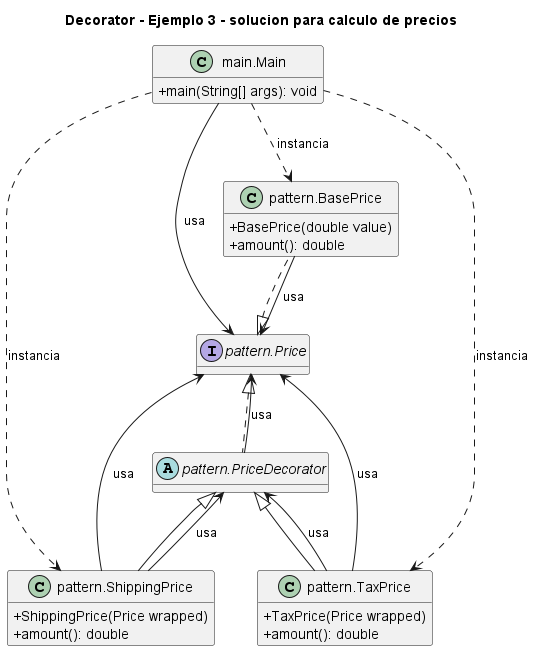
This is 2. Estructurales/Decorator/Ejemplo 3 - solucion para calculo de precios/UML.png from NicoCG32/Patrones-de-Software-y-Programacion-UCN, a PlantUML export, as it was before one commit. Source of this version:
```plantuml
@startuml
title Decorator - Ejemplo 3 - solucion para calculo de precios
skinparam classAttributeIconSize 0
hide empty fields
class "main.Main" as main_Main {
  +main(String[] args): void
}
class "pattern.BasePrice" as pattern_BasePrice {
  +BasePrice(double value)
  +amount(): double
}
interface "pattern.Price" as pattern_Price {
}
abstract class "pattern.PriceDecorator" as pattern_PriceDecorator {
}
class "pattern.ShippingPrice" as pattern_ShippingPrice {
  +ShippingPrice(Price wrapped)
  +amount(): double
}
class "pattern.TaxPrice" as pattern_TaxPrice {
  +TaxPrice(Price wrapped)
  +amount(): double
}
pattern_Price <|.. pattern_BasePrice
pattern_Price <|.. pattern_PriceDecorator
pattern_PriceDecorator <|-- pattern_ShippingPrice
pattern_PriceDecorator <|-- pattern_TaxPrice
main_Main ..> pattern_BasePrice : instancia
main_Main --> pattern_Price : usa
main_Main ..> pattern_ShippingPrice : instancia
main_Main ..> pattern_TaxPrice : instancia
pattern_BasePrice --> pattern_Price : usa
pattern_PriceDecorator --> pattern_Price : usa
pattern_ShippingPrice --> pattern_Price : usa
pattern_ShippingPrice --> pattern_PriceDecorator : usa
pattern_TaxPrice --> pattern_Price : usa
pattern_TaxPrice --> pattern_PriceDecorator : usa
@enduml
```
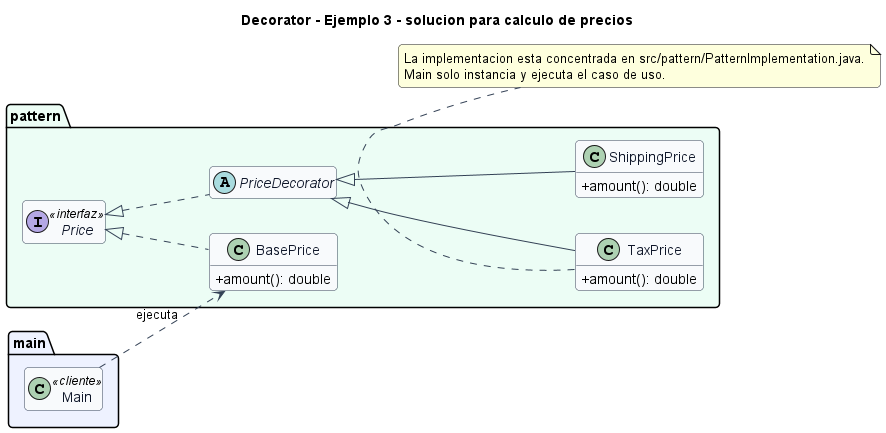
Above is the later version.

Diff of the diagram source:
```diff
@@ -1,38 +1,46 @@
 @startuml
 title Decorator - Ejemplo 3 - solucion para calculo de precios
+left to right direction
+skinparam backgroundColor #FFFFFF
+skinparam shadowing false
+skinparam roundcorner 8
 skinparam classAttributeIconSize 0
-hide empty fields
-class "main.Main" as main_Main {
-  +main(String[] args): void
+skinparam class {
+  BackgroundColor #F8FAFC
+  BorderColor #334155
+  ArrowColor #334155
+  FontColor #0F172A
 }
-class "pattern.BasePrice" as pattern_BasePrice {
-  +BasePrice(double value)
-  +amount(): double
+hide empty members
+
+package "main" #EEF2FF {
+  class Main <<cliente>>
 }
-interface "pattern.Price" as pattern_Price {
+
+package "pattern" #ECFDF5 {
+  class BasePrice {
+    +amount(): double
+  }
+  interface Price <<interfaz>> {
+  }
+  abstract class PriceDecorator {
+  }
+  class ShippingPrice {
+    +amount(): double
+  }
+  class TaxPrice {
+    +amount(): double
+  }
 }
-abstract class "pattern.PriceDecorator" as pattern_PriceDecorator {
-}
-class "pattern.ShippingPrice" as pattern_ShippingPrice {
-  +ShippingPrice(Price wrapped)
-  +amount(): double
-}
-class "pattern.TaxPrice" as pattern_TaxPrice {
-  +TaxPrice(Price wrapped)
-  +amount(): double
-}
-pattern_Price <|.. pattern_BasePrice
-pattern_Price <|.. pattern_PriceDecorator
-pattern_PriceDecorator <|-- pattern_ShippingPrice
-pattern_PriceDecorator <|-- pattern_TaxPrice
-main_Main ..> pattern_BasePrice : instancia
-main_Main --> pattern_Price : usa
-main_Main ..> pattern_ShippingPrice : instancia
-main_Main ..> pattern_TaxPrice : instancia
-pattern_BasePrice --> pattern_Price : usa
-pattern_PriceDecorator --> pattern_Price : usa
-pattern_ShippingPrice --> pattern_Price : usa
-pattern_ShippingPrice --> pattern_PriceDecorator : usa
-pattern_TaxPrice --> pattern_Price : usa
-pattern_TaxPrice --> pattern_PriceDecorator : usa
+
+Price <|.. BasePrice
+Price <|.. PriceDecorator
+PriceDecorator <|-- ShippingPrice
+PriceDecorator <|-- TaxPrice
+Main ..> BasePrice : ejecuta
+
+note bottom
+La implementacion esta concentrada en src/pattern/PatternImplementation.java.
+Main solo instancia y ejecuta el caso de uso.
+end note
 @enduml
```
